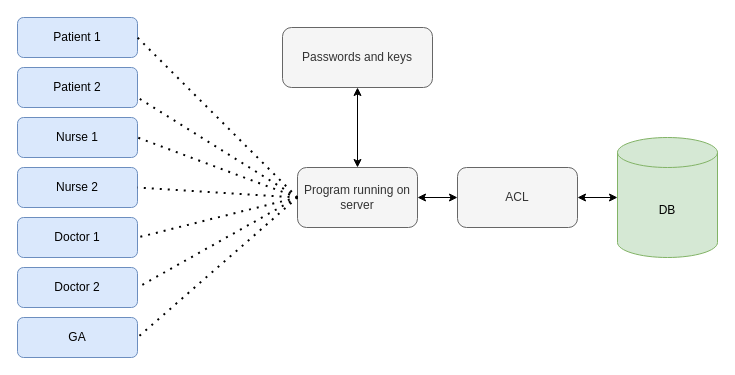
Above: system_architecture_1.drawio in evelinadanielsson/EITA25-project-2 (draw.io), before the change. Source tidied: cells renumbered, new cells numbered last; positions are measured from the earlier drawing's top-left corner, leaving out a move shared by most shapes. Both pictures are drawn from the tidied source at 100%, with x=0, y=0 at pixel (17, 17).
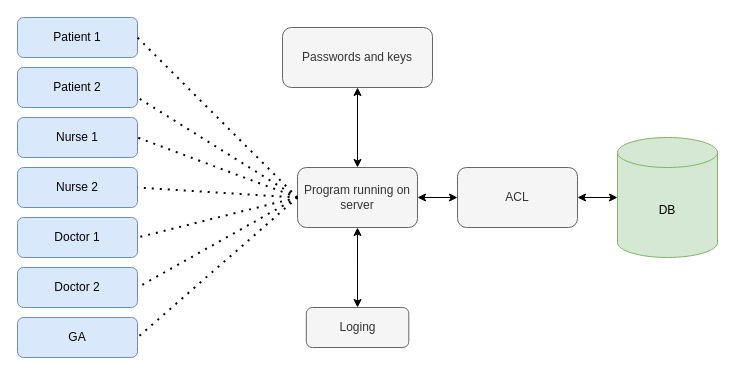
The same diagram, later.

Commit message:
Added a .drawio file with an example architecture

Unchanged cells that the change refers to:
```xml
<mxCell id="9" value="Program running on server" style="rounded=1;whiteSpace=wrap;html=1;fillColor=#f5f5f5;strokeColor=#666666;fontColor=#333333;" parent="1" vertex="1">
  <mxGeometry x="280" y="150" width="120" height="60" as="geometry" />
</mxCell>
```

What changed in the source:
```diff
@@
+    <mxCell id="23" value="Loging" style="rounded=1;whiteSpace=wrap;html=1;fillColor=#f5f5f5;strokeColor=#666666;fontColor=#333333;" parent="1" vertex="1">
+      <mxGeometry x="288.8" y="290" width="102.5" height="40" as="geometry" />
+    </mxCell>
+    <mxCell id="24" style="endArrow=classic;startArrow=classic;html=1;entryX=0.5;entryY=1;entryDx=0;entryDy=0;exitX=0.5;exitY=0;exitDx=0;exitDy=0;" parent="1" edge="1" source="23" target="9">
+      <mxGeometry relative="1" as="geometry" />
+    </mxCell>
```
